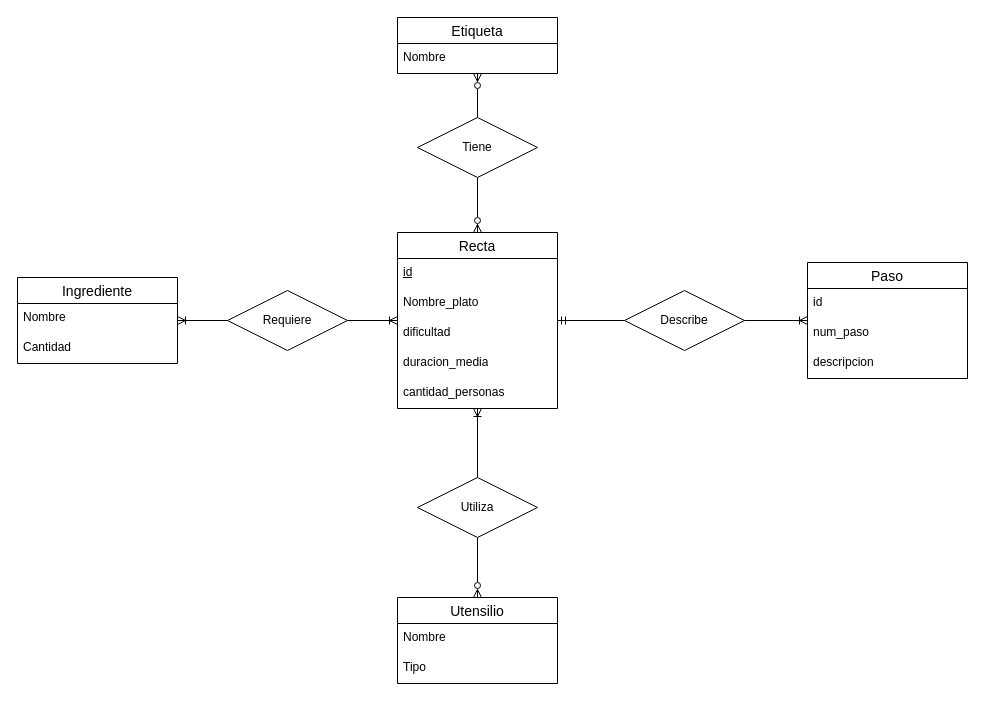
Before: TA10Ej9.drawio in AlejandroCara/acr-tsys-modeloER-drawio-1110, a draw.io diagram. Source tidied: cells renumbered, new cells numbered last; positions are measured from the earlier drawing's top-left corner, leaving out a move shared by most shapes. Both pictures are drawn from the tidied source at 100%, with x=0, y=0 at pixel (17, 17).
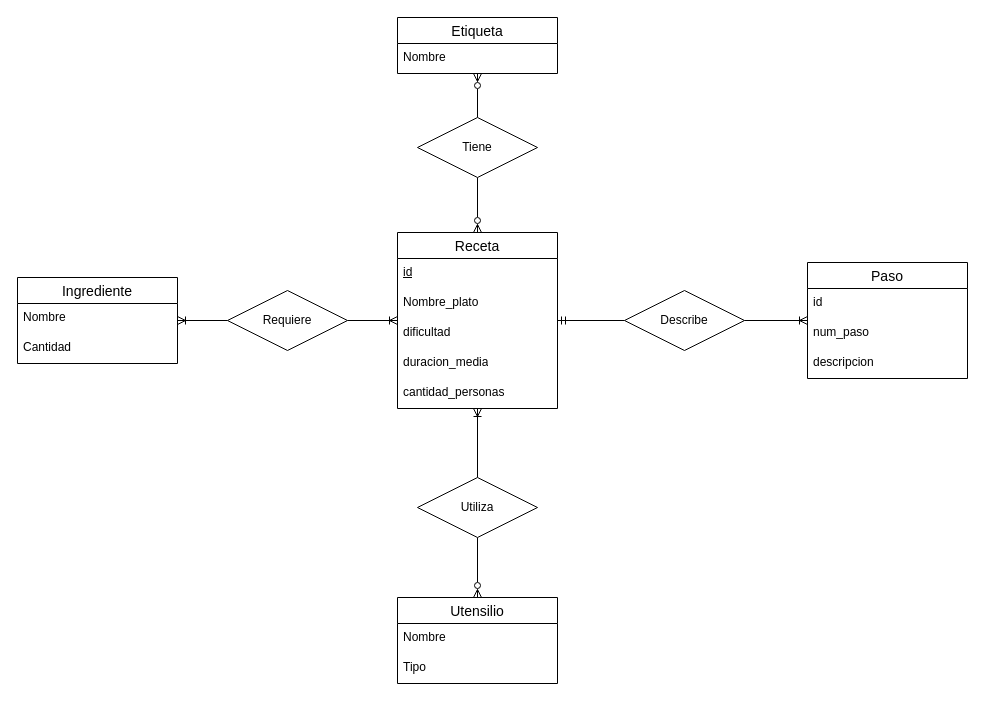
Above is the later version.

What changed in the source:
```diff
@@
-    <mxCell id="10" value="Recta" style="swimlane;fontStyle=0;horizontal=1;startSize=26;align=center;fontSize=14;" parent="1" vertex="1">
+    <mxCell id="10" value="Receta" style="swimlane;fontStyle=0;horizontal=1;startSize=26;align=center;fontSize=14;" parent="1" vertex="1">
       <mxGeometry x="380" y="215" width="160" height="176" as="geometry" />
     </mxCell>
```
